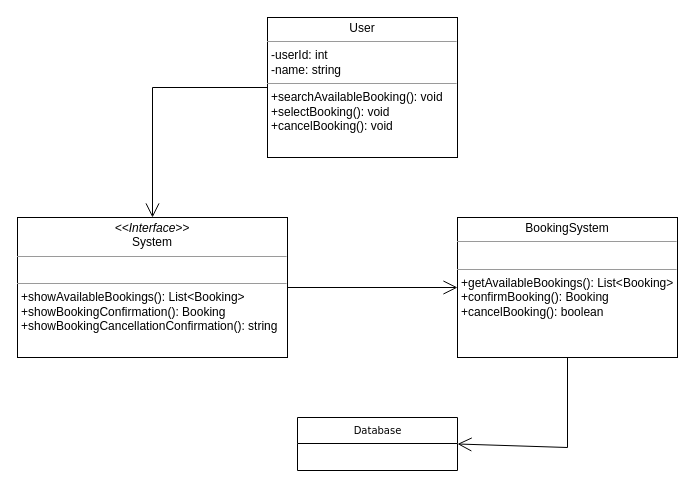
Earlier version of the draw.io diagram UML Modeling/Class Diagram/BookingClassDiagram.drawio (Luis-S4/Tourism-MS). Source tidied: cells renumbered, new cells numbered last; positions are measured from the earlier drawing's top-left corner, leaving out a move shared by most shapes. Both pictures are drawn from the tidied source at 100%, with x=0, y=0 at pixel (17, 17).
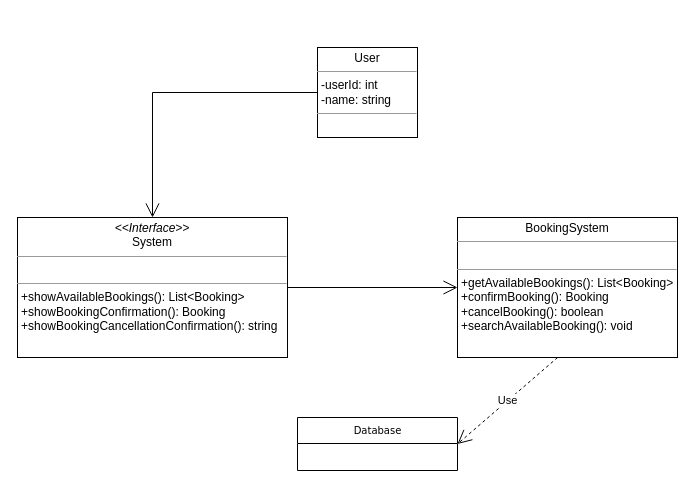
The same page after the edit.

Diff of the diagram source:
```diff
@@
 <mxGraphModel>
   <root>
     <mxCell id="0" />
     <mxCell id="1" parent="0" />
     <mxCell id="2" value="Database" style="swimlane;html=1;fontStyle=0;horizontal=1;startSize=26;fillColor=none;swimlaneFillColor=#ffffff;rounded=0;shadow=0;comic=0;labelBackgroundColor=none;strokeWidth=1;fontFamily=Verdana;fontSize=10;align=center;" parent="1" vertex="1">
       <mxGeometry x="280" y="400" width="160" height="53" as="geometry" />
     </mxCell>
-    <mxCell id="3" value="&lt;p style=&quot;margin:0px;margin-top:4px;text-align:center;&quot;&gt;BookingSystem&lt;/p&gt;&lt;hr size=&quot;1&quot;&gt;&lt;p style=&quot;margin:0px;margin-left:4px;&quot;&gt;&lt;br&gt;&lt;/p&gt;&lt;hr size=&quot;1&quot;&gt;&lt;p style=&quot;margin:0px;margin-left:4px;&quot;&gt;+getAvailableBookings():&amp;nbsp;List&amp;lt;Booking&amp;gt;&lt;/p&gt;&lt;p style=&quot;margin:0px;margin-left:4px;&quot;&gt;+confirmBooking():&amp;nbsp;&lt;span style=&quot;background-color: transparent; color: light-dark(rgb(0, 0, 0), rgb(255, 255, 255));&quot;&gt;Booking&lt;/span&gt;&lt;/p&gt;&lt;p style=&quot;margin:0px;margin-left:4px;&quot;&gt;+cancelBooking(): boolean&lt;/p&gt;" style="verticalAlign=top;align=left;overflow=fill;fontSize=12;fontFamily=Helvetica;html=1;rounded=0;shadow=0;comic=0;labelBackgroundColor=none;strokeWidth=1;" parent="1" vertex="1">
+    <mxCell id="3" value="&lt;p style=&quot;margin:0px;margin-top:4px;text-align:center;&quot;&gt;BookingSystem&lt;/p&gt;&lt;hr size=&quot;1&quot;&gt;&lt;p style=&quot;margin:0px;margin-left:4px;&quot;&gt;&lt;br&gt;&lt;/p&gt;&lt;hr size=&quot;1&quot;&gt;&lt;p style=&quot;margin:0px;margin-left:4px;&quot;&gt;+getAvailableBookings():&amp;nbsp;List&amp;lt;Booking&amp;gt;&lt;/p&gt;&lt;p style=&quot;margin:0px;margin-left:4px;&quot;&gt;+confirmBooking():&amp;nbsp;&lt;span style=&quot;background-color: transparent; color: light-dark(rgb(0, 0, 0), rgb(255, 255, 255));&quot;&gt;Booking&lt;/span&gt;&lt;/p&gt;&lt;p style=&quot;margin:0px;margin-left:4px;&quot;&gt;+cancelBooking(): boolean&lt;/p&gt;&lt;p style=&quot;margin:0px;margin-left:4px;&quot;&gt;+&lt;span style=&quot;color: light-dark(rgb(0, 0, 0), rgb(255, 255, 255)); background-color: transparent;&quot;&gt;searchAvailableBooking(): void&lt;/span&gt;&lt;/p&gt;" style="verticalAlign=top;align=left;overflow=fill;fontSize=12;fontFamily=Helvetica;html=1;rounded=0;shadow=0;comic=0;labelBackgroundColor=none;strokeWidth=1;" parent="1" vertex="1">
       <mxGeometry x="440" y="200" width="220" height="140" as="geometry" />
     </mxCell>
-    <mxCell id="4" value="&lt;p style=&quot;margin:0px;margin-top:4px;text-align:center;&quot;&gt;User&lt;/p&gt;&lt;hr size=&quot;1&quot;&gt;&lt;p style=&quot;margin:0px;margin-left:4px;&quot;&gt;-userId: int&lt;/p&gt;&lt;p style=&quot;margin:0px;margin-left:4px;&quot;&gt;-name: string&lt;/p&gt;&lt;hr size=&quot;1&quot;&gt;&lt;p style=&quot;margin:0px;margin-left:4px;&quot;&gt;+&lt;span style=&quot;background-color: transparent; color: light-dark(rgb(0, 0, 0), rgb(255, 255, 255));&quot;&gt;searchAvailableBooking(): void&lt;/span&gt;&lt;/p&gt;&lt;p style=&quot;margin:0px;margin-left:4px;&quot;&gt;+selectBooking(): void&lt;/p&gt;&lt;p style=&quot;margin:0px;margin-left:4px;&quot;&gt;+cancelBooking(): void&lt;/p&gt;" style="verticalAlign=top;align=left;overflow=fill;fontSize=12;fontFamily=Helvetica;html=1;rounded=0;shadow=0;comic=0;labelBackgroundColor=none;strokeWidth=1;" parent="1" vertex="1">
-      <mxGeometry x="250" width="190" height="140" as="geometry" />
+    <mxCell id="4" value="&lt;p style=&quot;margin:0px;margin-top:4px;text-align:center;&quot;&gt;User&lt;/p&gt;&lt;hr size=&quot;1&quot;&gt;&lt;p style=&quot;margin:0px;margin-left:4px;&quot;&gt;-userId: int&lt;/p&gt;&lt;p style=&quot;margin:0px;margin-left:4px;&quot;&gt;-name: string&lt;/p&gt;&lt;hr size=&quot;1&quot;&gt;&lt;p style=&quot;margin:0px;margin-left:4px;&quot;&gt;&lt;br&gt;&lt;/p&gt;" style="verticalAlign=top;align=left;overflow=fill;fontSize=12;fontFamily=Helvetica;html=1;rounded=0;shadow=0;comic=0;labelBackgroundColor=none;strokeWidth=1;" parent="1" vertex="1">
+      <mxGeometry x="300" y="30" width="100" height="90" as="geometry" />
     </mxCell>
     <mxCell id="5" value="&lt;p style=&quot;margin:0px;margin-top:4px;text-align:center;&quot;&gt;&lt;i&gt;&amp;lt;&amp;lt;Interface&amp;gt;&amp;gt;&lt;/i&gt;&lt;br&gt;System&lt;/p&gt;&lt;hr size=&quot;1&quot;&gt;&lt;p style=&quot;margin:0px;margin-left:4px;&quot;&gt;&lt;br&gt;&lt;/p&gt;&lt;hr size=&quot;1&quot;&gt;&lt;p style=&quot;margin:0px;margin-left:4px;&quot;&gt;+showAvailableBookings():&amp;nbsp;List&amp;lt;Booking&amp;gt;&lt;/p&gt;&lt;p style=&quot;margin:0px;margin-left:4px;&quot;&gt;+showBookingConfirmation():&amp;nbsp;&lt;span style=&quot;background-color: transparent; color: light-dark(rgb(0, 0, 0), rgb(255, 255, 255));&quot;&gt;Booking&lt;/span&gt;&lt;/p&gt;&lt;p style=&quot;margin:0px;margin-left:4px;&quot;&gt;+showBookingCancellationConfirmation(): string&lt;/p&gt;" style="verticalAlign=top;align=left;overflow=fill;fontSize=12;fontFamily=Helvetica;html=1;rounded=0;shadow=0;comic=0;labelBackgroundColor=none;strokeWidth=1;" parent="1" vertex="1">
       <mxGeometry y="200" width="270" height="140" as="geometry" />
     </mxCell>
     <mxCell id="6" style="endArrow=open;endFill=1;endSize=12;html=1;rounded=0;exitX=0;exitY=0.5;exitDx=0;exitDy=0;entryX=0.5;entryY=0;entryDx=0;entryDy=0;" parent="1" edge="1" source="4" target="5">
       <mxGeometry relative="1" as="geometry">
         <Array as="points">
-          <mxPoint x="135" y="70" />
+          <mxPoint x="135" y="75" />
         </Array>
       </mxGeometry>
     </mxCell>
     <mxCell id="7" style="endArrow=open;endFill=1;endSize=12;html=1;rounded=0;exitX=1;exitY=0.5;exitDx=0;exitDy=0;entryX=0;entryY=0.5;entryDx=0;entryDy=0;" parent="1" edge="1" source="5" target="3">
       <mxGeometry relative="1" as="geometry" />
     </mxCell>
-    <mxCell id="8" style="endArrow=open;endFill=1;endSize=12;html=1;rounded=0;exitX=0.5;exitY=1;exitDx=0;exitDy=0;entryX=1;entryY=0.5;entryDx=0;entryDy=0;" parent="1" edge="1" source="3" target="2">
-      <mxGeometry relative="1" as="geometry">
-        <Array as="points">
-          <mxPoint x="550" y="430" />
-        </Array>
-      </mxGeometry>
+    <mxCell id="8" value="Use" style="endArrow=open;endSize=12;dashed=1;html=1;rounded=0;exitX=0.455;exitY=1;exitDx=0;exitDy=0;exitPerimeter=0;entryX=1;entryY=0.5;entryDx=0;entryDy=0;" parent="1" edge="1" source="3" target="2">
+      <mxGeometry relative="1" as="geometry" />
     </mxCell>
   </root>
 </mxGraphModel>
```
